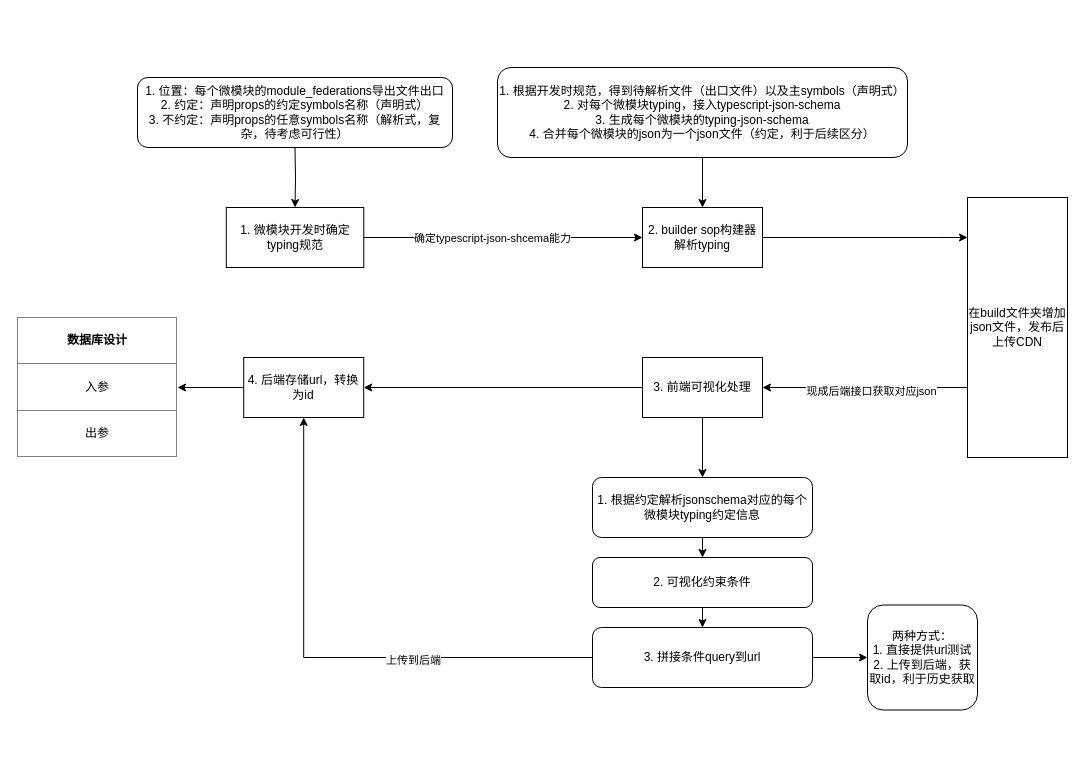
Before: micro-mod/Untitled Diagram.drawio in Ekko306/diagrams.net, a draw.io diagram. Source tidied: cells renumbered, new cells numbered last; positions are measured from the earlier drawing's top-left corner, leaving out a move shared by most shapes. Both pictures are drawn from the tidied source at 100%, with x=0, y=0 at pixel (17, 67).
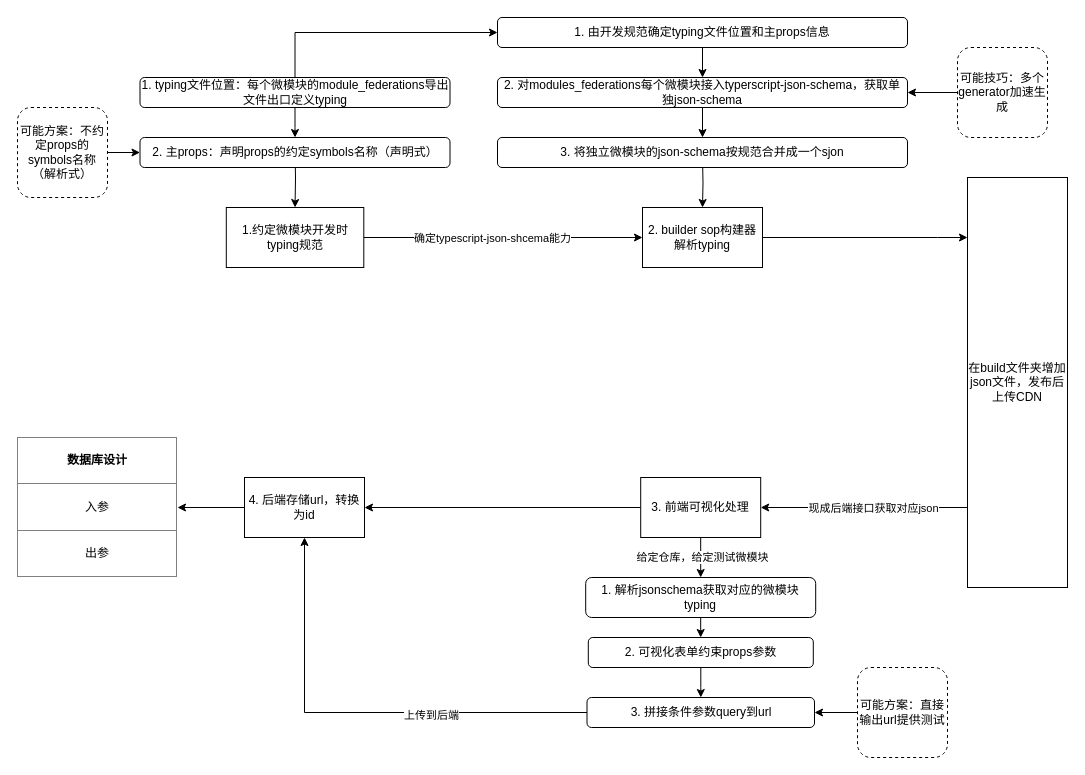
The same diagram, later.

The change refers to these unchanged cells:
```xml
<mxCell id="8" value="2. builder sop构建器解析typing" style="whiteSpace=wrap;html=1;" parent="1" vertex="1">
  <mxGeometry x="625" y="140" width="120" height="60" as="geometry" />
</mxCell>
<mxCell id="14" style="edgeStyle=orthogonalEdgeStyle;rounded=0;jettySize=auto;html=1;" parent="1" edge="1" source="16" target="18">
  <mxGeometry relative="1" as="geometry" />
</mxCell>
```

The edit, as a diff of the source:
```diff
@@
-    <mxCell id="4" value="1. 微模块开发时确定typing规范" style="rounded=0;whiteSpace=wrap;html=1;" parent="1" vertex="1">
+    <mxCell id="4" value="1.约定微模块开发时typing规范" style="rounded=0;whiteSpace=wrap;html=1;" parent="1" vertex="1">
       <mxGeometry x="208.8" y="140" width="137.5" height="60" as="geometry" />
     </mxCell>
@@
-    <mxCell id="6" value="1. 位置：每个微模块的module_federations导出文件出口&lt;br&gt;2. 约定：声明props的约定symbols名称（声明式）&lt;br&gt;3. 不约定：声明props的任意symbols名称（解析式，复杂，待考虑可行性）" style="rounded=1;whiteSpace=wrap;html=1;" parent="1" vertex="1">
-      <mxGeometry x="120" y="10" width="315" height="70" as="geometry" />
-    </mxCell>
@@
-    <mxCell id="9" style="edgeStyle=orthogonalEdgeStyle;rounded=0;jettySize=auto;html=1;" parent="1" edge="1" source="10" target="8">
-      <mxGeometry relative="1" as="geometry" />
+    <mxCell id="9" style="edgeStyle=orthogonalEdgeStyle;rounded=0;jettySize=auto;html=1;" parent="1" edge="1" target="8">
+      <mxGeometry relative="1" as="geometry">
+        <mxPoint x="685" y="90" as="sourcePoint" />
+      </mxGeometry>
     </mxCell>
-    <mxCell id="10" value="&lt;span&gt;1. 根据开发时规范，得到待解析文件（出口文件）以及主symbols（声明式）&lt;br&gt;2. 对每个微模块typing，接入typescript-json-schema&lt;br&gt;3. 生成每个微模块的typing-json-schema&lt;br&gt;4. 合并每个微模块的json为一个json文件（约定，利于后续区分）&lt;br&gt;&lt;/span&gt;" style="rounded=1;whiteSpace=wrap;html=1;" parent="1" vertex="1">
-      <mxGeometry x="480" width="410" height="90" as="geometry" />
-    </mxCell>
     <mxCell id="11" style="edgeStyle=orthogonalEdgeStyle;rounded=0;jettySize=auto;html=1;" parent="1" edge="1" source="13" target="16">
       <mxGeometry relative="1" as="geometry">
         <Array as="points">
-          <mxPoint x="900" y="320" />
-          <mxPoint x="900" y="320" />
+          <mxPoint x="910" y="440" />
+          <mxPoint x="910" y="440" />
         </Array>
       </mxGeometry>
     </mxCell>
     <mxCell id="12" value="现成后端接口获取对应json" style="edgeLabel;html=1;align=center;verticalAlign=middle;" parent="11" vertex="1">
-      <mxGeometry x="-0.05" y="3" relative="1" as="geometry" />
+      <mxGeometry x="-0.08" relative="1" as="geometry" />
     </mxCell>
     <mxCell id="13" value="在build文件夹增加json文件，发布后上传CDN" style="whiteSpace=wrap;html=1;" parent="1" vertex="1">
-      <mxGeometry x="950" y="130" width="100" height="260" as="geometry" />
+      <mxGeometry x="950" y="110" width="100" height="410" as="geometry" />
     </mxCell>
@@
+    <mxCell id="29" value="给定仓库，给定测试微模块" style="edgeLabel;html=1;align=center;verticalAlign=middle;" parent="14" vertex="1">
+      <mxGeometry x="-0.04" y="1" relative="1" as="geometry" />
+    </mxCell>
@@
     <mxCell id="16" value="3. 前端可视化处理" style="rounded=0;whiteSpace=wrap;html=1;" parent="1" vertex="1">
-      <mxGeometry x="625" y="290" width="120" height="60" as="geometry" />
+      <mxGeometry x="623.2" y="410" width="120" height="60" as="geometry" />
     </mxCell>
@@
-    <mxCell id="18" value="1. 根据约定解析jsonschema对应的每个微模块typing约定信息" style="rounded=1;whiteSpace=wrap;html=1;" parent="1" vertex="1">
-      <mxGeometry x="575" y="410" width="220" height="60" as="geometry" />
+    <mxCell id="18" value="1. 解析jsonschema获取对应的微模块typing" style="rounded=1;whiteSpace=wrap;html=1;" parent="1" vertex="1">
+      <mxGeometry x="568.2" y="510" width="230" height="40" as="geometry" />
     </mxCell>
@@
-    <mxCell id="20" value="2. 可视化约束条件" style="rounded=1;whiteSpace=wrap;html=1;" parent="1" vertex="1">
-      <mxGeometry x="575" y="490" width="220" height="50" as="geometry" />
+    <mxCell id="20" value="2. 可视化表单约束props参数" style="rounded=1;whiteSpace=wrap;html=1;" parent="1" vertex="1">
+      <mxGeometry x="570.8" y="570" width="225" height="30" as="geometry" />
     </mxCell>
-    <mxCell id="21" style="edgeStyle=orthogonalEdgeStyle;rounded=0;jettySize=auto;html=1;" parent="1" edge="1" source="24" target="25">
-      <mxGeometry relative="1" as="geometry" />
-    </mxCell>
@@
-    <mxCell id="24" value="3. 拼接条件query到url" style="rounded=1;whiteSpace=wrap;html=1;" parent="1" vertex="1">
-      <mxGeometry x="575" y="560" width="220" height="60" as="geometry" />
+    <mxCell id="24" value="3. 拼接条件参数query到url" style="rounded=1;whiteSpace=wrap;html=1;" parent="1" vertex="1">
+      <mxGeometry x="569.5" y="630" width="227.5" height="30" as="geometry" />
     </mxCell>
-    <mxCell id="25" value="两种方式：&lt;br&gt;1. 直接提供url测试&lt;br&gt;2. 上传到后端，获取id，利于历史获取" style="rounded=1;whiteSpace=wrap;html=1;" parent="1" vertex="1">
-      <mxGeometry x="850" y="537.5" width="110" height="105" as="geometry" />
-    </mxCell>
@@
     <mxCell id="27" value="4. 后端存储url，转换为id" style="rounded=0;whiteSpace=wrap;html=1;" parent="1" vertex="1">
-      <mxGeometry x="226.2" y="290" width="120" height="60" as="geometry" />
+      <mxGeometry x="227" y="410" width="120" height="60" as="geometry" />
     </mxCell>
     <mxCell id="28" value="&lt;table border=&quot;1&quot; width=&quot;100%&quot; cellpadding=&quot;4&quot; style=&quot;width: 100% ; height: 100% ; border-collapse: collapse&quot;&gt;&lt;tbody&gt;&lt;tr&gt;&lt;th align=&quot;center&quot;&gt;&lt;b&gt;数据库设计&lt;/b&gt;&lt;/th&gt;&lt;/tr&gt;&lt;tr&gt;&lt;td align=&quot;center&quot;&gt;入参&lt;/td&gt;&lt;/tr&gt;&lt;tr&gt;&lt;td align=&quot;center&quot;&gt;出参&lt;/td&gt;&lt;/tr&gt;&lt;/tbody&gt;&lt;/table&gt;" style="text;html=1;strokeColor=none;fillColor=none;overflow=fill;" parent="1" vertex="1">
-      <mxGeometry y="250" width="160" height="140" as="geometry" />
+      <mxGeometry y="370" width="160" height="140" as="geometry" />
     </mxCell>
+    <mxCell id="30" style="edgeStyle=orthogonalEdgeStyle;rounded=0;jettySize=auto;html=1;" parent="1" edge="1" source="32" target="33">
+      <mxGeometry relative="1" as="geometry">
+        <Array as="points">
+          <mxPoint x="277" y="60" />
+          <mxPoint x="277" y="60" />
+        </Array>
+      </mxGeometry>
+    </mxCell>
+    <mxCell id="31" style="edgeStyle=orthogonalEdgeStyle;rounded=0;jettySize=auto;html=1;entryX=0;entryY=0.5;entryDx=0;entryDy=0;" parent="1" edge="1" source="32" target="37">
+      <mxGeometry relative="1" as="geometry">
+        <Array as="points">
+          <mxPoint x="277" y="-35" />
+        </Array>
+      </mxGeometry>
+    </mxCell>
+    <mxCell id="32" value="&lt;span&gt;1. typing文件位置：每个微模块的module_federations导出文件出口定义typing&lt;/span&gt;" style="rounded=1;whiteSpace=wrap;html=1;" parent="1" vertex="1">
+      <mxGeometry x="122.5" y="10" width="310" height="30" as="geometry" />
+    </mxCell>
+    <mxCell id="33" value="2. 主props：声明props的约定symbols名称（声明式）" style="rounded=1;whiteSpace=wrap;html=1;" parent="1" vertex="1">
+      <mxGeometry x="122.5" y="70" width="310" height="30" as="geometry" />
+    </mxCell>
+    <mxCell id="34" style="edgeStyle=orthogonalEdgeStyle;rounded=0;jettySize=auto;html=1;" parent="1" edge="1" source="35" target="33">
+      <mxGeometry relative="1" as="geometry" />
+    </mxCell>
+    <mxCell id="35" value="可能方案：不约定props的symbols名称（解析式）" style="rounded=1;whiteSpace=wrap;html=1;dashed=1;" parent="1" vertex="1">
+      <mxGeometry y="40" width="90" height="90" as="geometry" />
+    </mxCell>
+    <mxCell id="36" style="edgeStyle=orthogonalEdgeStyle;rounded=0;jettySize=auto;html=1;" parent="1" edge="1" source="37" target="39">
+      <mxGeometry relative="1" as="geometry" />
+    </mxCell>
+    <mxCell id="37" value="1. 由开发规范确定typing文件位置和主props信息" style="rounded=1;whiteSpace=wrap;html=1;" parent="1" vertex="1">
+      <mxGeometry x="480" y="-50" width="410" height="30" as="geometry" />
+    </mxCell>
+    <mxCell id="38" style="edgeStyle=orthogonalEdgeStyle;rounded=0;jettySize=auto;html=1;" parent="1" edge="1" source="39" target="40">
+      <mxGeometry relative="1" as="geometry" />
+    </mxCell>
+    <mxCell id="39" value="2. 对modules_federations每个微模块接入typerscript-json-schema，获取单独json-schema" style="rounded=1;whiteSpace=wrap;html=1;" parent="1" vertex="1">
+      <mxGeometry x="480" y="10" width="410" height="30" as="geometry" />
+    </mxCell>
+    <mxCell id="40" value="3. 将独立微模块的json-schema按规范合并成一个sjon" style="rounded=1;whiteSpace=wrap;html=1;" parent="1" vertex="1">
+      <mxGeometry x="480" y="70" width="410" height="30" as="geometry" />
+    </mxCell>
+    <mxCell id="41" style="edgeStyle=orthogonalEdgeStyle;rounded=0;jettySize=auto;html=1;entryX=1;entryY=0.5;entryDx=0;entryDy=0;" parent="1" edge="1" source="42" target="24">
+      <mxGeometry relative="1" as="geometry" />
+    </mxCell>
+    <mxCell id="42" value="可能方案：直接输出url提供测试" style="rounded=1;whiteSpace=wrap;html=1;dashed=1;" parent="1" vertex="1">
+      <mxGeometry x="840" y="600" width="90" height="90" as="geometry" />
+    </mxCell>
+    <mxCell id="43" style="edgeStyle=orthogonalEdgeStyle;rounded=0;jettySize=auto;html=1;entryX=1;entryY=0.5;entryDx=0;entryDy=0;" parent="1" edge="1" source="44" target="39">
+      <mxGeometry relative="1" as="geometry" />
+    </mxCell>
+    <mxCell id="44" value="可能技巧：多个generator加速生成" style="rounded=1;whiteSpace=wrap;html=1;dashed=1;" parent="1" vertex="1">
+      <mxGeometry x="940" y="-20" width="90" height="90" as="geometry" />
+    </mxCell>
```
